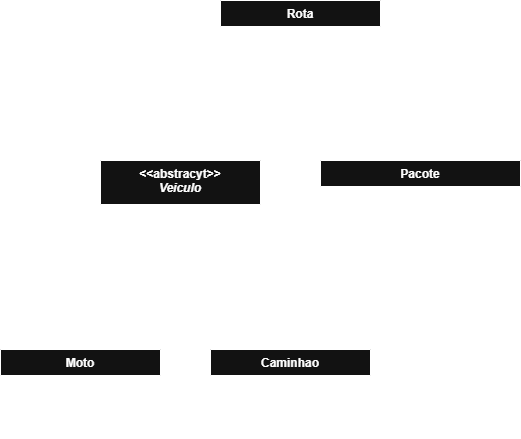
Above: DiagramaFiapDelivery.png in lucasouza06/FiapDelivery (draw.io), before the change. Source tidied: cells renumbered, new cells last; positions are measured from the earlier drawing's top-left corner, leaving out a move shared by most shapes.
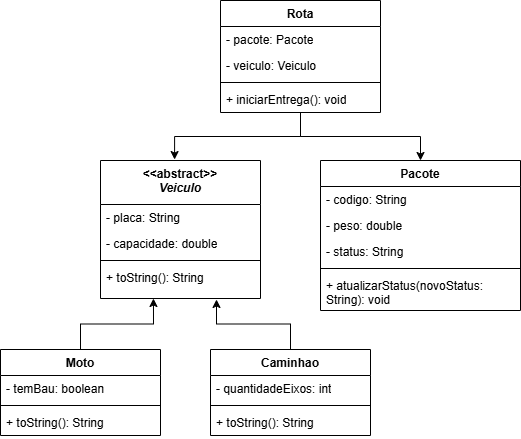
Above is the later version.

Commit message:
Update: Diagrama corrigido

Change to the diagram source:
```diff
@@ -2,7 +2,7 @@
   <root>
     <mxCell id="0" />
     <mxCell id="1" parent="0" />
-    <mxCell id="2" value="&amp;lt;&amp;lt;abstracyt&amp;gt;&amp;gt;&lt;br&gt;&lt;i&gt;Veiculo&lt;/i&gt;" style="swimlane;fontStyle=1;align=center;verticalAlign=top;horizontal=1;startSize=44;whiteSpace=wrap;html=1;" parent="1" vertex="1">
+    <mxCell id="2" value="&amp;lt;&amp;lt;abstract&amp;gt;&amp;gt;&lt;br&gt;&lt;i&gt;Veiculo&lt;/i&gt;" style="swimlane;fontStyle=1;align=center;verticalAlign=top;horizontal=1;startSize=44;whiteSpace=wrap;html=1;" parent="1" vertex="1">
       <mxGeometry x="100" y="160" width="160" height="138" as="geometry" />
     </mxCell>
     <mxCell id="3" value="- placa: String&lt;div&gt;&lt;br&gt;&lt;/div&gt;" style="text;strokeColor=none;fillColor=none;align=left;verticalAlign=top;spacingLeft=4;spacingRight=4;overflow=hidden;whiteSpace=wrap;html=1;" parent="2" vertex="1">
```
